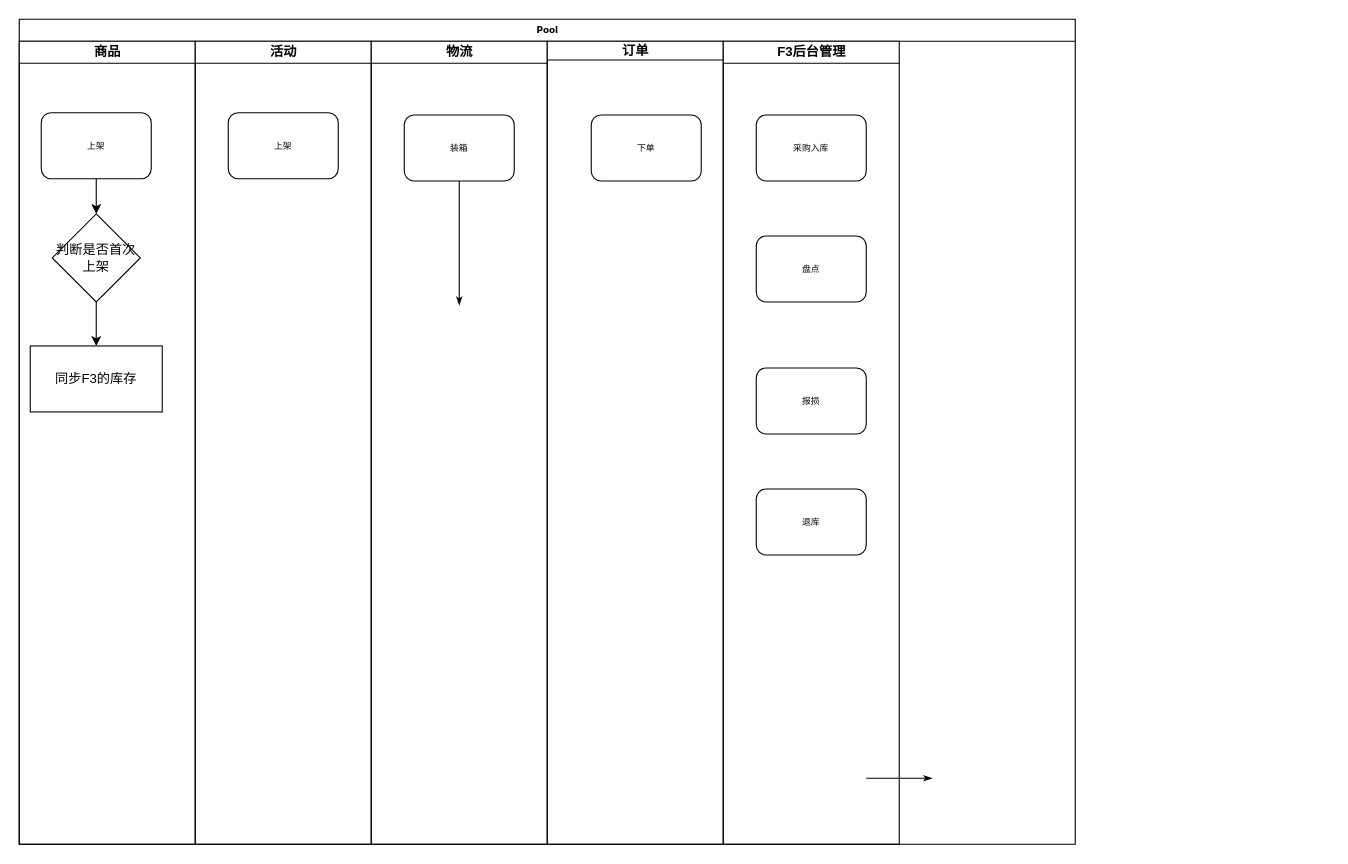
Before: ProjectManagement/库存数据流图.drawio in liuyunlong1229/aaa, a draw.io diagram. Source tidied: cells renumbered, new cells numbered last; positions are measured from the earlier drawing's top-left corner, leaving out a move shared by most shapes. Both pictures are drawn from the tidied source at 110%, with x=0, y=0 at pixel (19, 19).
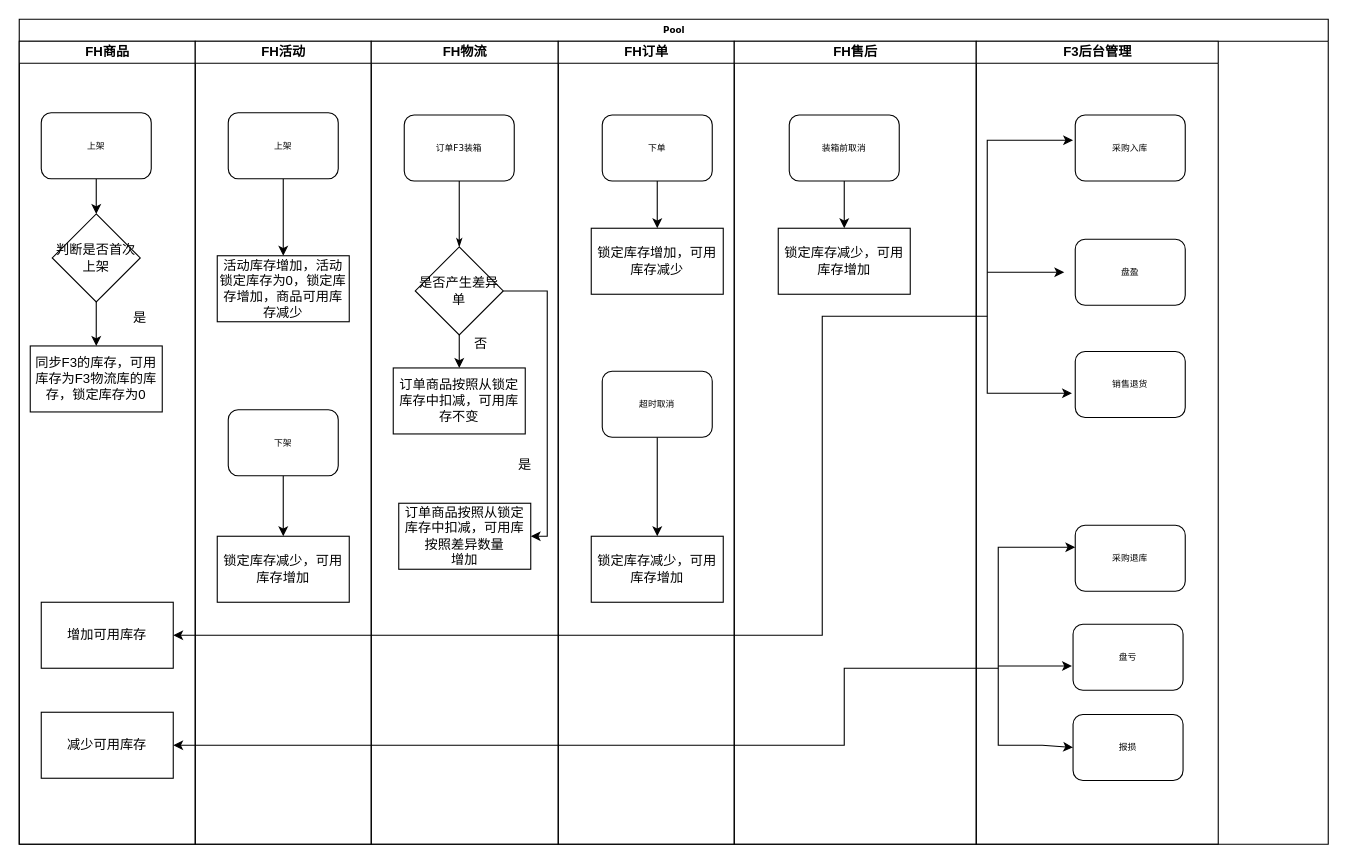
The same page after the edit.

Commit message (it also covers changes not shown here):
更新库存数据流图.drawio

The change refers to these unchanged cells:
```xml
<mxCell id="11" value="上架" style="rounded=1;whiteSpace=wrap;html=1;shadow=0;labelBackgroundColor=none;strokeWidth=1;fontFamily=Verdana;fontSize=8;align=center;" parent="10" vertex="1">
  <mxGeometry x="30" y="65" width="100" height="60" as="geometry" />
</mxCell>
<mxCell id="16" value="下单" style="rounded=1;whiteSpace=wrap;html=1;shadow=0;labelBackgroundColor=none;strokeWidth=1;fontFamily=Verdana;fontSize=8;align=center;" parent="15" vertex="1">
  <mxGeometry x="40" y="67" width="100" height="60" as="geometry" />
</mxCell>
```

The edit, as a diff of the source:
```diff
@@
     <mxCell id="2" value="Pool" style="swimlane;html=1;startSize=20;rounded=0;shadow=0;labelBackgroundColor=none;strokeWidth=1;fontFamily=Verdana;fontSize=8;align=center;" parent="1" vertex="1">
-      <mxGeometry width="960" height="750" as="geometry" />
+      <mxGeometry width="1190" height="750" as="geometry" />
     </mxCell>
-    <mxCell id="3" value="商品" style="swimlane;html=1;startSize=20;" parent="2" vertex="1">
+    <mxCell id="3" value="FH商品" style="swimlane;html=1;startSize=20;" parent="2" vertex="1">
       <mxGeometry y="20" width="160" height="730" as="geometry" />
     </mxCell>
@@
-    <mxCell id="8" value="同步F3的库存" style="rounded=0;whiteSpace=wrap;html=1;" parent="3" vertex="1">
+    <mxCell id="8" value="同步F3的库存，可用库存为F3物流库的库存，锁定库存为0" style="rounded=0;whiteSpace=wrap;html=1;" parent="3" vertex="1">
       <mxGeometry x="10" y="277" width="120" height="60" as="geometry" />
     </mxCell>
-    <mxCell id="9" style="edgeStyle=orthogonalEdgeStyle;rounded=1;html=1;labelBackgroundColor=none;startArrow=none;startFill=0;startSize=5;endArrow=classicThin;endFill=1;endSize=5;jettySize=auto;orthogonalLoop=1;strokeWidth=1;fontFamily=Verdana;fontSize=8;" parent="2" edge="1">
-      <mxGeometry relative="1" as="geometry">
-        <mxPoint x="770" y="690" as="sourcePoint" />
-        <mxPoint x="830" y="690" as="targetPoint" />
-      </mxGeometry>
-    </mxCell>
+    <mxCell id="22" value="是" style="text;html=1;strokeColor=none;fillColor=none;align=center;verticalAlign=middle;whiteSpace=wrap;rounded=0;" parent="3" vertex="1">
+      <mxGeometry x="80" y="237" width="60" height="30" as="geometry" />
+    </mxCell>
+    <mxCell id="23" value="增加可用库存" style="rounded=0;whiteSpace=wrap;html=1;" parent="3" vertex="1">
+      <mxGeometry x="20" y="510" width="120" height="60" as="geometry" />
+    </mxCell>
+    <mxCell id="24" value="减少可用库存" style="rounded=0;whiteSpace=wrap;html=1;" parent="3" vertex="1">
+      <mxGeometry x="20" y="610" width="120" height="60" as="geometry" />
+    </mxCell>
+    <mxCell id="25" style="endArrow=classic;html=1;rounded=0;entryX=1;entryY=0.5;entryDx=0;entryDy=0;" parent="3" edge="1" target="23">
+      <mxGeometry relative="1" as="geometry">
+        <mxPoint x="880" y="250" as="sourcePoint" />
+        <Array as="points">
+          <mxPoint x="730" y="250" />
+          <mxPoint x="730" y="540" />
+        </Array>
+      </mxGeometry>
+    </mxCell>
-    <mxCell id="10" value="活动" style="swimlane;html=1;startSize=20;" parent="2" vertex="1">
+    <mxCell id="10" value="FH活动" style="swimlane;html=1;startSize=20;" parent="2" vertex="1">
       <mxGeometry x="160" y="20" width="160" height="730" as="geometry" />
     </mxCell>
+    <mxCell id="26" style="edgeStyle=orthogonalEdgeStyle;rounded=0;jettySize=auto;html=1;" parent="10" edge="1" source="11" target="29">
+      <mxGeometry relative="1" as="geometry" />
+    </mxCell>
@@
+    <mxCell id="27" style="edgeStyle=orthogonalEdgeStyle;rounded=0;jettySize=auto;html=1;" parent="10" edge="1" source="28" target="30">
+      <mxGeometry relative="1" as="geometry" />
+    </mxCell>
+    <mxCell id="28" value="下架" style="rounded=1;whiteSpace=wrap;html=1;shadow=0;labelBackgroundColor=none;strokeWidth=1;fontFamily=Verdana;fontSize=8;align=center;" parent="10" vertex="1">
+      <mxGeometry x="30" y="335" width="100" height="60" as="geometry" />
+    </mxCell>
+    <mxCell id="29" value="活动库存增加，活动锁定库存为0，锁定库存增加，商品可用库存减少" style="rounded=0;whiteSpace=wrap;html=1;" parent="10" vertex="1">
+      <mxGeometry x="20" y="195" width="120" height="60" as="geometry" />
+    </mxCell>
+    <mxCell id="30" value="锁定库存减少，可用库存增加" style="rounded=0;whiteSpace=wrap;html=1;" parent="10" vertex="1">
+      <mxGeometry x="20" y="450" width="120" height="60" as="geometry" />
+    </mxCell>
-    <mxCell id="12" value="物流" style="swimlane;html=1;startSize=20;" parent="2" vertex="1">
-      <mxGeometry x="320" y="20" width="160" height="730" as="geometry" />
+    <mxCell id="12" value="FH物流" style="swimlane;html=1;startSize=20;" parent="2" vertex="1">
+      <mxGeometry x="320" y="20" width="170" height="730" as="geometry" />
     </mxCell>
-    <mxCell id="13" value="装箱" style="rounded=1;whiteSpace=wrap;html=1;shadow=0;labelBackgroundColor=none;strokeWidth=1;fontFamily=Verdana;fontSize=8;align=center;" parent="12" vertex="1">
+    <mxCell id="13" value="订单F3装箱" style="rounded=1;whiteSpace=wrap;html=1;shadow=0;labelBackgroundColor=none;strokeWidth=1;fontFamily=Verdana;fontSize=8;align=center;" parent="12" vertex="1">
       <mxGeometry x="30" y="67" width="100" height="60" as="geometry" />
     </mxCell>
-    <mxCell id="14" style="edgeStyle=orthogonalEdgeStyle;rounded=1;html=1;labelBackgroundColor=none;startArrow=none;startFill=0;startSize=5;endArrow=classicThin;endFill=1;endSize=5;jettySize=auto;strokeWidth=1;fontFamily=Verdana;fontSize=8;" parent="12" edge="1" source="13">
-      <mxGeometry relative="1" as="geometry">
-        <mxPoint x="80" y="240" as="targetPoint" />
-      </mxGeometry>
+    <mxCell id="14" style="edgeStyle=orthogonalEdgeStyle;rounded=1;html=1;labelBackgroundColor=none;startArrow=none;startFill=0;startSize=5;endArrow=classicThin;endFill=1;endSize=5;jettySize=auto;strokeWidth=1;fontFamily=Verdana;fontSize=8;entryX=0.5;entryY=0;entryDx=0;entryDy=0;" parent="12" edge="1" source="13" target="33">
+      <mxGeometry relative="1" as="geometry" />
     </mxCell>
+    <mxCell id="31" style="edgeStyle=orthogonalEdgeStyle;rounded=0;jettySize=auto;html=1;" parent="12" edge="1" source="33" target="34">
+      <mxGeometry relative="1" as="geometry" />
+    </mxCell>
+    <mxCell id="32" style="edgeStyle=orthogonalEdgeStyle;rounded=0;jettySize=auto;html=1;entryX=1;entryY=0.5;entryDx=0;entryDy=0;" parent="12" edge="1" source="33" target="36">
+      <mxGeometry relative="1" as="geometry">
+        <Array as="points">
+          <mxPoint x="160" y="227" />
+          <mxPoint x="160" y="450" />
+        </Array>
+      </mxGeometry>
+    </mxCell>
+    <mxCell id="33" value="是否产生差异单" style="rhombus;whiteSpace=wrap;html=1;" parent="12" vertex="1">
+      <mxGeometry x="40" y="187" width="80" height="80" as="geometry" />
+    </mxCell>
+    <mxCell id="34" value="订单商品按照从锁定库存中扣减，可用库存不变" style="rounded=0;whiteSpace=wrap;html=1;" parent="12" vertex="1">
+      <mxGeometry x="20" y="297" width="120" height="60" as="geometry" />
+    </mxCell>
+    <mxCell id="35" value="否" style="text;html=1;strokeColor=none;fillColor=none;align=center;verticalAlign=middle;whiteSpace=wrap;rounded=0;" parent="12" vertex="1">
+      <mxGeometry x="70" y="260" width="60" height="30" as="geometry" />
+    </mxCell>
+    <mxCell id="36" value="订单商品按照从锁定库存中扣减，可用库按照差异数量&lt;br&gt;增加" style="rounded=0;whiteSpace=wrap;html=1;" parent="12" vertex="1">
+      <mxGeometry x="25" y="420" width="120" height="60" as="geometry" />
+    </mxCell>
+    <mxCell id="37" value="是" style="text;html=1;strokeColor=none;fillColor=none;align=center;verticalAlign=middle;whiteSpace=wrap;rounded=0;" parent="12" vertex="1">
+      <mxGeometry x="110" y="370" width="60" height="30" as="geometry" />
+    </mxCell>
-    <mxCell id="15" value="订单" style="swimlane;html=1;startSize=17;" parent="2" vertex="1">
-      <mxGeometry x="480" y="20" width="160" height="730" as="geometry" />
+    <mxCell id="15" value="FH订单" style="swimlane;html=1;startSize=20;" parent="2" vertex="1">
+      <mxGeometry x="490" y="20" width="160" height="730" as="geometry" />
     </mxCell>
+    <mxCell id="38" style="edgeStyle=orthogonalEdgeStyle;rounded=0;jettySize=auto;html=1;" parent="15" edge="1" source="16" target="41">
+      <mxGeometry relative="1" as="geometry" />
+    </mxCell>
@@
+    <mxCell id="39" style="edgeStyle=orthogonalEdgeStyle;rounded=0;jettySize=auto;html=1;" parent="15" edge="1" source="40" target="42">
+      <mxGeometry relative="1" as="geometry" />
+    </mxCell>
+    <mxCell id="40" value="超时取消" style="rounded=1;whiteSpace=wrap;html=1;shadow=0;labelBackgroundColor=none;strokeWidth=1;fontFamily=Verdana;fontSize=8;align=center;" parent="15" vertex="1">
+      <mxGeometry x="40" y="300" width="100" height="60" as="geometry" />
+    </mxCell>
+    <mxCell id="41" value="锁定库存增加，可用库存减少" style="rounded=0;whiteSpace=wrap;html=1;" parent="15" vertex="1">
+      <mxGeometry x="30" y="170" width="120" height="60" as="geometry" />
+    </mxCell>
+    <mxCell id="42" value="锁定库存减少，可用库存增加" style="rounded=0;whiteSpace=wrap;html=1;" parent="15" vertex="1">
+      <mxGeometry x="30" y="450" width="120" height="60" as="geometry" />
+    </mxCell>
-    <mxCell id="17" value="F3后台管理" style="swimlane;html=1;startSize=20;" parent="2" vertex="1">
-      <mxGeometry x="640" y="20" width="160" height="730" as="geometry" />
+    <mxCell id="17" value="FH售后" style="swimlane;html=1;startSize=20;" parent="2" vertex="1">
+      <mxGeometry x="650" y="20" width="220" height="730" as="geometry" />
     </mxCell>
+    <mxCell id="43" style="edgeStyle=orthogonalEdgeStyle;rounded=0;jettySize=auto;html=1;" parent="17" edge="1" source="18" target="44">
+      <mxGeometry relative="1" as="geometry" />
+    </mxCell>
-    <mxCell id="18" value="采购入库" style="rounded=1;whiteSpace=wrap;html=1;shadow=0;labelBackgroundColor=none;strokeWidth=1;fontFamily=Verdana;fontSize=8;align=center;" parent="17" vertex="1">
-      <mxGeometry x="30" y="67" width="100" height="60" as="geometry" />
+    <mxCell id="18" value="装箱前取消" style="rounded=1;whiteSpace=wrap;html=1;shadow=0;labelBackgroundColor=none;strokeWidth=1;fontFamily=Verdana;fontSize=8;align=center;" parent="17" vertex="1">
+      <mxGeometry x="50" y="67" width="100" height="60" as="geometry" />
     </mxCell>
-    <mxCell id="19" value="盘点" style="rounded=1;whiteSpace=wrap;html=1;shadow=0;labelBackgroundColor=none;strokeWidth=1;fontFamily=Verdana;fontSize=8;align=center;" parent="17" vertex="1">
-      <mxGeometry x="30" y="177" width="100" height="60" as="geometry" />
-    </mxCell>
+    <mxCell id="44" value="锁定库存减少，可用库存增加" style="rounded=0;whiteSpace=wrap;html=1;" parent="17" vertex="1">
+      <mxGeometry x="40" y="170" width="120" height="60" as="geometry" />
+    </mxCell>
+    <mxCell id="45" style="endArrow=classic;html=1;rounded=0;entryX=1;entryY=0.5;entryDx=0;entryDy=0;" parent="17" edge="1" target="24">
+      <mxGeometry relative="1" as="geometry">
+        <mxPoint x="240" y="570" as="sourcePoint" />
+        <Array as="points">
+          <mxPoint x="100" y="570" />
+          <mxPoint x="100" y="640" />
+        </Array>
+      </mxGeometry>
+    </mxCell>
+    <mxCell id="46" value="F3后台管理" style="swimlane;html=1;startSize=20;" parent="2" vertex="1">
+      <mxGeometry x="870" y="20" width="220" height="730" as="geometry" />
+    </mxCell>
+    <mxCell id="47" value="采购入库" style="rounded=1;whiteSpace=wrap;html=1;shadow=0;labelBackgroundColor=none;strokeWidth=1;fontFamily=Verdana;fontSize=8;align=center;" parent="46" vertex="1">
+      <mxGeometry x="90" y="67" width="100" height="60" as="geometry" />
+    </mxCell>
+    <mxCell id="48" value="盘盈" style="rounded=1;whiteSpace=wrap;html=1;shadow=0;labelBackgroundColor=none;strokeWidth=1;fontFamily=Verdana;fontSize=8;align=center;" parent="46" vertex="1">
+      <mxGeometry x="90" y="180" width="100" height="60" as="geometry" />
+    </mxCell>
-    <mxCell id="20" value="报损" style="rounded=1;whiteSpace=wrap;html=1;shadow=0;labelBackgroundColor=none;strokeWidth=1;fontFamily=Verdana;fontSize=8;align=center;" parent="17" vertex="1">
-      <mxGeometry x="30" y="297" width="100" height="60" as="geometry" />
+    <mxCell id="20" value="报损" style="rounded=1;whiteSpace=wrap;html=1;shadow=0;labelBackgroundColor=none;strokeWidth=1;fontFamily=Verdana;fontSize=8;align=center;" parent="46" vertex="1">
+      <mxGeometry x="88" y="612" width="100" height="60" as="geometry" />
     </mxCell>
-    <mxCell id="21" value="退库" style="rounded=1;whiteSpace=wrap;html=1;shadow=0;labelBackgroundColor=none;strokeWidth=1;fontFamily=Verdana;fontSize=8;align=center;" parent="17" vertex="1">
-      <mxGeometry x="30" y="407" width="100" height="60" as="geometry" />
-    </mxCell>
+    <mxCell id="49" value="采购退库" style="rounded=1;whiteSpace=wrap;html=1;shadow=0;labelBackgroundColor=none;strokeWidth=1;fontFamily=Verdana;fontSize=8;align=center;" parent="46" vertex="1">
+      <mxGeometry x="90" y="440" width="100" height="60" as="geometry" />
+    </mxCell>
+    <mxCell id="50" value="盘亏" style="rounded=1;whiteSpace=wrap;html=1;shadow=0;labelBackgroundColor=none;strokeWidth=1;fontFamily=Verdana;fontSize=8;align=center;" parent="46" vertex="1">
+      <mxGeometry x="88" y="530" width="100" height="60" as="geometry" />
+    </mxCell>
+    <mxCell id="51" value="销售退货" style="rounded=1;whiteSpace=wrap;html=1;shadow=0;labelBackgroundColor=none;strokeWidth=1;fontFamily=Verdana;fontSize=8;align=center;" parent="46" vertex="1">
+      <mxGeometry x="90" y="282" width="100" height="60" as="geometry" />
+    </mxCell>
+    <mxCell id="52" style="endArrow=classic;startArrow=classic;html=1;rounded=0;exitX=-0.03;exitY=0.633;exitDx=0;exitDy=0;entryX=-0.02;entryY=0.383;entryDx=0;entryDy=0;entryPerimeter=0;exitPerimeter=0;" parent="46" edge="1" source="51" target="47">
+      <mxGeometry relative="1" as="geometry">
+        <Array as="points">
+          <mxPoint x="10" y="320" />
+          <mxPoint x="10" y="90" />
+        </Array>
+      </mxGeometry>
+    </mxCell>
+    <mxCell id="53" style="endArrow=classic;html=1;rounded=0;" parent="46" edge="1">
+      <mxGeometry relative="1" as="geometry">
+        <mxPoint x="10" y="210" as="sourcePoint" />
+        <mxPoint x="80" y="210" as="targetPoint" />
+      </mxGeometry>
+    </mxCell>
+    <mxCell id="54" style="endArrow=classic;startArrow=classic;html=1;rounded=0;exitX=0;exitY=0.5;exitDx=0;exitDy=0;entryX=-0.02;entryY=0.383;entryDx=0;entryDy=0;entryPerimeter=0;" parent="46" edge="1" source="20">
+      <mxGeometry relative="1" as="geometry">
+        <mxPoint x="90" y="460" as="targetPoint" />
+        <Array as="points">
+          <mxPoint x="60" y="640" />
+          <mxPoint x="20" y="640" />
+          <mxPoint x="20" y="460" />
+        </Array>
+      </mxGeometry>
+    </mxCell>
+    <mxCell id="55" style="endArrow=classic;html=1;rounded=0;entryX=-0.01;entryY=0.633;entryDx=0;entryDy=0;entryPerimeter=0;" parent="46" edge="1" target="50">
+      <mxGeometry relative="1" as="geometry">
+        <mxPoint x="20" y="568" as="sourcePoint" />
+      </mxGeometry>
+    </mxCell>
```
